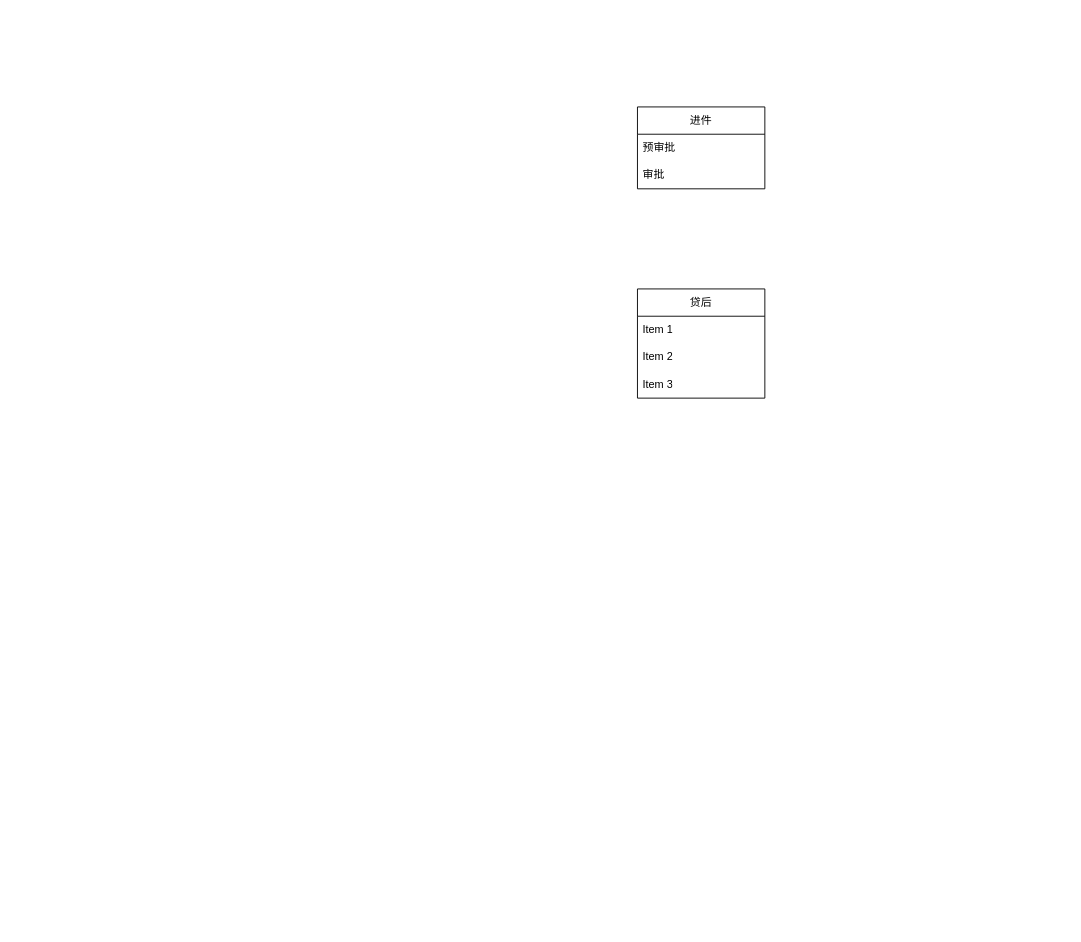
This is 资管平台1.0.drawio from XiongZen/QJReconstitution, a draw.io file, before an edit. Source tidied: cells renumbered, new cells numbered last; positions are measured from the earlier drawing's top-left corner, leaving out a move shared by most shapes. Both pictures are drawn from the tidied source at 91%, with x=0, y=0 at pixel (637, 106).
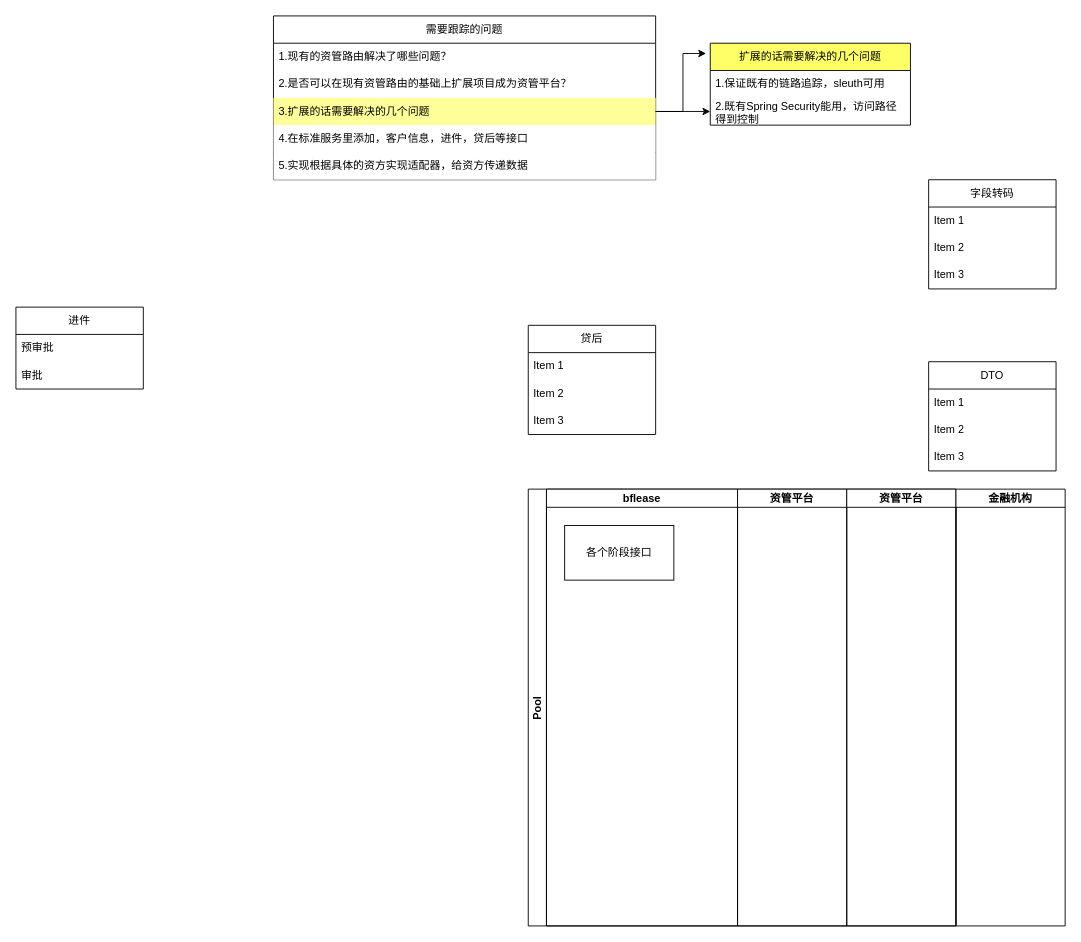
The same diagram, later.

Commit message:
更新资管平台1.0.drawio-添加跟踪问题

Change to the diagram source:
```diff
@@
     <mxCell id="2" value="进件" style="swimlane;fontStyle=0;horizontal=1;startSize=30;whiteSpace=wrap;html=1;" parent="1" vertex="1">
-      <mxGeometry width="140" height="90" as="geometry" />
+      <mxGeometry x="-683" y="220" width="140" height="90" as="geometry" />
     </mxCell>
@@
     <mxCell id="5" value="贷后" style="swimlane;fontStyle=0;horizontal=1;startSize=30;whiteSpace=wrap;html=1;" parent="1" vertex="1">
-      <mxGeometry y="200" width="140" height="120" as="geometry" />
+      <mxGeometry x="-120" y="240" width="140" height="120" as="geometry" />
     </mxCell>
@@
+    <mxCell id="9" value="字段转码" style="swimlane;fontStyle=0;horizontal=1;startSize=30;whiteSpace=wrap;html=1;" parent="1" vertex="1">
+      <mxGeometry x="320" y="80" width="140" height="120" as="geometry" />
+    </mxCell>
+    <mxCell id="10" value="Item 1" style="text;strokeColor=none;fillColor=none;align=left;verticalAlign=middle;spacingLeft=4;spacingRight=4;overflow=hidden;whiteSpace=wrap;html=1;" parent="9" vertex="1">
+      <mxGeometry y="30" width="140" height="30" as="geometry" />
+    </mxCell>
+    <mxCell id="11" value="Item 2" style="text;strokeColor=none;fillColor=none;align=left;verticalAlign=middle;spacingLeft=4;spacingRight=4;overflow=hidden;whiteSpace=wrap;html=1;" parent="9" vertex="1">
+      <mxGeometry y="60" width="140" height="30" as="geometry" />
+    </mxCell>
+    <mxCell id="12" value="Item 3" style="text;strokeColor=none;fillColor=none;align=left;verticalAlign=middle;spacingLeft=4;spacingRight=4;overflow=hidden;whiteSpace=wrap;html=1;" parent="9" vertex="1">
+      <mxGeometry y="90" width="140" height="30" as="geometry" />
+    </mxCell>
+    <mxCell id="13" value="DTO" style="swimlane;fontStyle=0;horizontal=1;startSize=30;whiteSpace=wrap;html=1;" parent="1" vertex="1">
+      <mxGeometry x="320" y="280" width="140" height="120" as="geometry" />
+    </mxCell>
+    <mxCell id="14" value="Item 1" style="text;strokeColor=none;fillColor=none;align=left;verticalAlign=middle;spacingLeft=4;spacingRight=4;overflow=hidden;whiteSpace=wrap;html=1;" parent="13" vertex="1">
+      <mxGeometry y="30" width="140" height="30" as="geometry" />
+    </mxCell>
+    <mxCell id="15" value="Item 2" style="text;strokeColor=none;fillColor=none;align=left;verticalAlign=middle;spacingLeft=4;spacingRight=4;overflow=hidden;whiteSpace=wrap;html=1;" parent="13" vertex="1">
+      <mxGeometry y="60" width="140" height="30" as="geometry" />
+    </mxCell>
+    <mxCell id="16" value="Item 3" style="text;strokeColor=none;fillColor=none;align=left;verticalAlign=middle;spacingLeft=4;spacingRight=4;overflow=hidden;whiteSpace=wrap;html=1;" parent="13" vertex="1">
+      <mxGeometry y="90" width="140" height="30" as="geometry" />
+    </mxCell>
+    <mxCell id="17" value="Pool" style="swimlane;startSize=20;horizontal=0;" parent="1" vertex="1">
+      <mxGeometry x="-120" y="420" width="470" height="480" as="geometry" />
+    </mxCell>
+    <mxCell id="18" value="bflease" style="swimlane;startSize=20;" parent="17" vertex="1">
+      <mxGeometry x="20" width="210" height="480" as="geometry" />
+    </mxCell>
+    <mxCell id="19" value="各个阶段接口" style="whiteSpace=wrap;html=1;" parent="18" vertex="1">
+      <mxGeometry x="20" y="40" width="120" height="60" as="geometry" />
+    </mxCell>
+    <mxCell id="20" value="资管平台" style="swimlane;startSize=20;" parent="17" vertex="1">
+      <mxGeometry x="230" width="120" height="480" as="geometry" />
+    </mxCell>
+    <mxCell id="21" value="资管平台" style="swimlane;startSize=20;" parent="17" vertex="1">
+      <mxGeometry x="350" width="120" height="480" as="geometry" />
+    </mxCell>
+    <mxCell id="22" value="金融机构" style="swimlane;startSize=20;" parent="1" vertex="1">
+      <mxGeometry x="350" y="420" width="120" height="480" as="geometry" />
+    </mxCell>
+    <mxCell id="23" value="需要跟踪的问题" style="swimlane;fontStyle=0;horizontal=1;startSize=30;whiteSpace=wrap;html=1;" parent="1" vertex="1">
+      <mxGeometry x="-400" y="-100" width="420" height="180" as="geometry" />
+    </mxCell>
+    <mxCell id="24" value="1.现有的资管路由解决了哪些问题？" style="text;strokeColor=none;fillColor=none;align=left;verticalAlign=middle;spacingLeft=4;spacingRight=4;overflow=hidden;whiteSpace=wrap;html=1;" parent="23" vertex="1">
+      <mxGeometry y="30" width="420" height="30" as="geometry" />
+    </mxCell>
+    <mxCell id="25" value="2.是否可以在现有资管路由的基础上扩展项目成为资管平台？" style="text;strokeColor=none;fillColor=none;align=left;verticalAlign=middle;spacingLeft=4;spacingRight=4;overflow=hidden;whiteSpace=wrap;html=1;" parent="23" vertex="1">
+      <mxGeometry y="60" width="420" height="30" as="geometry" />
+    </mxCell>
+    <mxCell id="26" value="3.扩展的话需要解决的几个问题" style="text;strokeColor=none;fillColor=#FFFF99;align=left;verticalAlign=middle;spacingLeft=4;spacingRight=4;overflow=hidden;points=[[0,0.5],[1,0.5]];portConstraint=eastwest;whiteSpace=wrap;html=1;" parent="23" vertex="1">
+      <mxGeometry y="90" width="420" height="30" as="geometry" />
+    </mxCell>
+    <mxCell id="27" value="4.在标准服务里添加，客户信息，进件，贷后等接口" style="text;strokeColor=none;fillColor=#FFFFFF;align=left;verticalAlign=middle;spacingLeft=4;spacingRight=4;overflow=hidden;whiteSpace=wrap;html=1;" parent="23" vertex="1">
+      <mxGeometry y="120" width="420" height="30" as="geometry" />
+    </mxCell>
+    <mxCell id="28" value="5.实现根据具体的资方实现适配器，给资方传递数据" style="text;strokeColor=none;fillColor=#FFFFFF;align=left;verticalAlign=middle;spacingLeft=4;spacingRight=4;overflow=hidden;whiteSpace=wrap;html=1;" parent="23" vertex="1">
+      <mxGeometry y="150" width="420" height="30" as="geometry" />
+    </mxCell>
+    <mxCell id="29" value="扩展的话需要解决的几个问题" style="swimlane;fontStyle=0;horizontal=1;startSize=30;whiteSpace=wrap;html=1;fillColor=#FFFF66;" parent="1" vertex="1">
+      <mxGeometry x="80" y="-70" width="220" height="90" as="geometry" />
+    </mxCell>
+    <mxCell id="30" value="1.保证既有的链路追踪，sleuth可用" style="text;strokeColor=none;fillColor=none;align=left;verticalAlign=middle;spacingLeft=4;spacingRight=4;overflow=hidden;whiteSpace=wrap;html=1;" parent="29" vertex="1">
+      <mxGeometry y="30" width="220" height="30" as="geometry" />
+    </mxCell>
+    <mxCell id="31" value="2.既有Spring Security能用，访问路径得到控制" style="text;strokeColor=none;fillColor=none;align=left;verticalAlign=middle;spacingLeft=4;spacingRight=4;overflow=hidden;points=[[0,0.5],[1,0.5]];portConstraint=eastwest;whiteSpace=wrap;html=1;" parent="29" vertex="1">
+      <mxGeometry y="60" width="220" height="30" as="geometry" />
+    </mxCell>
+    <mxCell id="32" style="edgeStyle=orthogonalEdgeStyle;rounded=0;jettySize=auto;html=1;entryX=-0.021;entryY=0.125;entryDx=0;entryDy=0;entryPerimeter=0;" parent="1" edge="1" source="26" target="29">
+      <mxGeometry relative="1" as="geometry" />
+    </mxCell>
+    <mxCell id="33" style="edgeStyle=orthogonalEdgeStyle;rounded=0;jettySize=auto;html=1;" parent="1" edge="1" source="26" target="31">
+      <mxGeometry relative="1" as="geometry" />
+    </mxCell>
```
